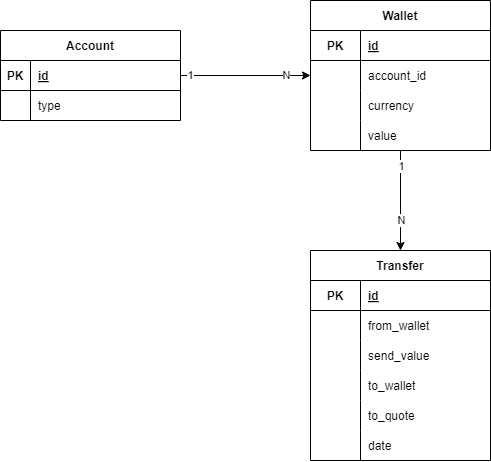
Before: docs/diagrama.drawio.png, a diagram exported from draw.io (vitorlany/international-money-transfer). Source tidied: cells renumbered, new cells last; positions are measured from the earlier drawing's top-left corner, leaving out a move shared by most shapes. Source of this version:
```xml
<mxGraphModel>
  <root>
    <mxCell id="0" />
    <mxCell id="1" parent="0" />
    <mxCell id="2" value="Account" style="shape=table;startSize=30;rowLines=0;fontStyle=1;align=center;" parent="1" vertex="1">
      <mxGeometry y="30" width="180" height="90" as="geometry" />
    </mxCell>
    <mxCell id="3" style="shape=tableRow;horizontal=0;startSize=0;swimlaneHead=0;swimlaneBody=0;fillColor=none;points=[[0,0.5],[1,0.5]];portConstraint=eastwest;top=0;left=0;right=0;bottom=1;" parent="2" vertex="1">
      <mxGeometry y="30" width="180" height="30" as="geometry" />
    </mxCell>
    <mxCell id="4" value="PK" style="shape=partialRectangle;fillColor=none;top=0;left=0;bottom=0;right=0;fontStyle=1;overflow=hidden;" parent="3" vertex="1">
      <mxGeometry width="30" height="30" as="geometry" />
    </mxCell>
    <mxCell id="5" value="id" style="shape=partialRectangle;fillColor=none;top=0;left=0;bottom=0;right=0;align=left;spacingLeft=6;fontStyle=5;overflow=hidden;" parent="3" vertex="1">
      <mxGeometry x="30" width="150" height="30" as="geometry" />
    </mxCell>
    <mxCell id="6" style="shape=tableRow;horizontal=0;startSize=0;swimlaneHead=0;swimlaneBody=0;fillColor=none;top=0;left=0;right=0;bottom=0;" parent="2" vertex="1">
      <mxGeometry y="60" width="180" height="30" as="geometry" />
    </mxCell>
    <mxCell id="7" style="shape=partialRectangle;fillColor=none;top=0;left=0;bottom=0;right=0;overflow=hidden;" parent="6" vertex="1">
      <mxGeometry width="30" height="30" as="geometry" />
    </mxCell>
    <mxCell id="8" value="type" style="shape=partialRectangle;fillColor=none;top=0;left=0;bottom=0;right=0;align=left;spacingLeft=6;overflow=hidden;" parent="6" vertex="1">
      <mxGeometry x="30" width="150" height="30" as="geometry" />
    </mxCell>
    <mxCell id="9" style="edgeStyle=none;html=1;entryX=0.5;entryY=0;entryDx=0;entryDy=0;" parent="1" edge="1" source="12" target="28">
      <mxGeometry relative="1" as="geometry" />
    </mxCell>
    <mxCell id="10" value="1" style="edgeLabel;html=1;align=center;verticalAlign=middle;" parent="9" vertex="1">
      <mxGeometry x="-0.68" relative="1" as="geometry" />
    </mxCell>
    <mxCell id="11" value="N" style="edgeLabel;html=1;align=center;verticalAlign=middle;" parent="9" vertex="1">
      <mxGeometry x="0.38" relative="1" as="geometry" />
    </mxCell>
    <mxCell id="12" value="Wallet" style="shape=table;startSize=30;rowLines=0;fontStyle=1;align=center;strokeColor=default;" parent="1" vertex="1">
      <mxGeometry x="310" width="180" height="150" as="geometry" />
    </mxCell>
    <mxCell id="13" style="shape=tableRow;horizontal=0;startSize=0;swimlaneHead=0;swimlaneBody=0;fillColor=none;top=0;left=0;right=0;bottom=1;strokeColor=default;" parent="12" vertex="1">
      <mxGeometry y="30" width="180" height="30" as="geometry" />
    </mxCell>
    <mxCell id="14" value="PK" style="shape=partialRectangle;fillColor=none;top=0;left=0;bottom=0;right=0;fontStyle=1;overflow=hidden;strokeColor=default;" parent="13" vertex="1">
      <mxGeometry width="50" height="30" as="geometry" />
    </mxCell>
    <mxCell id="15" value="id" style="shape=partialRectangle;fillColor=none;top=0;left=0;bottom=0;right=0;align=left;spacingLeft=6;fontStyle=5;overflow=hidden;strokeColor=default;" parent="13" vertex="1">
      <mxGeometry x="50" width="130" height="30" as="geometry" />
    </mxCell>
    <mxCell id="16" style="shape=tableRow;horizontal=0;startSize=0;swimlaneHead=0;swimlaneBody=0;fillColor=none;top=0;left=0;right=0;bottom=0;strokeColor=default;" parent="12" vertex="1">
      <mxGeometry y="60" width="180" height="30" as="geometry" />
    </mxCell>
    <mxCell id="17" style="shape=partialRectangle;fillColor=none;top=0;left=0;bottom=0;right=0;overflow=hidden;strokeColor=default;" parent="16" vertex="1">
      <mxGeometry width="50" height="30" as="geometry" />
    </mxCell>
    <mxCell id="18" value="account_id" style="shape=partialRectangle;fillColor=none;top=0;left=0;bottom=0;right=0;align=left;spacingLeft=6;overflow=hidden;strokeColor=default;" parent="16" vertex="1">
      <mxGeometry x="50" width="130" height="30" as="geometry" />
    </mxCell>
    <mxCell id="19" style="shape=tableRow;horizontal=0;startSize=0;swimlaneHead=0;swimlaneBody=0;fillColor=none;top=0;left=0;right=0;bottom=0;strokeColor=default;" parent="12" vertex="1">
      <mxGeometry y="90" width="180" height="30" as="geometry" />
    </mxCell>
    <mxCell id="20" style="shape=partialRectangle;fillColor=none;top=0;left=0;bottom=0;right=0;overflow=hidden;strokeColor=default;" parent="19" vertex="1">
      <mxGeometry width="50" height="30" as="geometry" />
    </mxCell>
    <mxCell id="21" value="currency" style="shape=partialRectangle;fillColor=none;top=0;left=0;bottom=0;right=0;align=left;spacingLeft=6;overflow=hidden;strokeColor=default;" parent="19" vertex="1">
      <mxGeometry x="50" width="130" height="30" as="geometry" />
    </mxCell>
    <mxCell id="22" style="shape=tableRow;horizontal=0;startSize=0;swimlaneHead=0;swimlaneBody=0;fillColor=none;top=0;left=0;right=0;bottom=0;strokeColor=default;" parent="12" vertex="1">
      <mxGeometry y="120" width="180" height="30" as="geometry" />
    </mxCell>
    <mxCell id="23" style="shape=partialRectangle;fillColor=none;top=0;left=0;bottom=0;right=0;overflow=hidden;strokeColor=default;" parent="22" vertex="1">
      <mxGeometry width="50" height="30" as="geometry" />
    </mxCell>
    <mxCell id="24" value="value" style="shape=partialRectangle;fillColor=none;top=0;left=0;bottom=0;right=0;align=left;spacingLeft=6;overflow=hidden;strokeColor=default;" parent="22" vertex="1">
      <mxGeometry x="50" width="130" height="30" as="geometry" />
    </mxCell>
    <mxCell id="25" style="edgeStyle=none;html=1;" parent="1" edge="1" source="3" target="12">
      <mxGeometry relative="1" as="geometry" />
    </mxCell>
    <mxCell id="26" value="1" style="edgeLabel;html=1;align=center;verticalAlign=middle;" parent="25" vertex="1">
      <mxGeometry x="-0.85" y="1" relative="1" as="geometry" />
    </mxCell>
    <mxCell id="27" value="N" style="edgeLabel;html=1;align=center;verticalAlign=middle;" parent="25" vertex="1">
      <mxGeometry x="0.64" y="1" relative="1" as="geometry" />
    </mxCell>
    <mxCell id="28" value="Transfer" style="shape=table;startSize=30;rowLines=0;fontStyle=1;align=center;strokeColor=default;" parent="1" vertex="1">
      <mxGeometry x="310" y="250" width="180" height="210" as="geometry" />
    </mxCell>
    <mxCell id="29" style="shape=tableRow;horizontal=0;startSize=0;swimlaneHead=0;swimlaneBody=0;fillColor=none;top=0;left=0;right=0;bottom=1;strokeColor=default;" parent="28" vertex="1">
      <mxGeometry y="30" width="180" height="30" as="geometry" />
    </mxCell>
    <mxCell id="30" value="PK" style="shape=partialRectangle;fillColor=none;top=0;left=0;bottom=0;right=0;fontStyle=1;overflow=hidden;strokeColor=default;" parent="29" vertex="1">
      <mxGeometry width="50" height="30" as="geometry" />
    </mxCell>
    <mxCell id="31" value="id" style="shape=partialRectangle;fillColor=none;top=0;left=0;bottom=0;right=0;align=left;spacingLeft=6;fontStyle=5;overflow=hidden;strokeColor=default;" parent="29" vertex="1">
      <mxGeometry x="50" width="130" height="30" as="geometry" />
    </mxCell>
    <mxCell id="32" style="shape=tableRow;horizontal=0;startSize=0;swimlaneHead=0;swimlaneBody=0;fillColor=none;top=0;left=0;right=0;bottom=0;strokeColor=default;" parent="28" vertex="1">
      <mxGeometry y="60" width="180" height="30" as="geometry" />
    </mxCell>
    <mxCell id="33" style="shape=partialRectangle;fillColor=none;top=0;left=0;bottom=0;right=0;overflow=hidden;strokeColor=default;" parent="32" vertex="1">
      <mxGeometry width="50" height="30" as="geometry" />
    </mxCell>
    <mxCell id="34" value="from_wallet" style="shape=partialRectangle;fillColor=none;top=0;left=0;bottom=0;right=0;align=left;spacingLeft=6;overflow=hidden;strokeColor=default;" parent="32" vertex="1">
      <mxGeometry x="50" width="130" height="30" as="geometry" />
    </mxCell>
    <mxCell id="35" style="shape=tableRow;horizontal=0;startSize=0;swimlaneHead=0;swimlaneBody=0;fillColor=none;top=0;left=0;right=0;bottom=0;strokeColor=default;" parent="28" vertex="1">
      <mxGeometry y="90" width="180" height="30" as="geometry" />
    </mxCell>
    <mxCell id="36" style="shape=partialRectangle;fillColor=none;top=0;left=0;bottom=0;right=0;overflow=hidden;strokeColor=default;" parent="35" vertex="1">
      <mxGeometry width="50" height="30" as="geometry" />
    </mxCell>
    <mxCell id="37" value="send_value" style="shape=partialRectangle;fillColor=none;top=0;left=0;bottom=0;right=0;align=left;spacingLeft=6;overflow=hidden;strokeColor=default;" parent="35" vertex="1">
      <mxGeometry x="50" width="130" height="30" as="geometry" />
    </mxCell>
    <mxCell id="38" style="shape=tableRow;horizontal=0;startSize=0;swimlaneHead=0;swimlaneBody=0;fillColor=none;top=0;left=0;right=0;bottom=0;strokeColor=default;" parent="28" vertex="1">
      <mxGeometry y="120" width="180" height="30" as="geometry" />
    </mxCell>
    <mxCell id="39" style="shape=partialRectangle;fillColor=none;top=0;left=0;bottom=0;right=0;overflow=hidden;strokeColor=default;" parent="38" vertex="1">
      <mxGeometry width="50" height="30" as="geometry" />
    </mxCell>
    <mxCell id="40" value="to_wallet" style="shape=partialRectangle;fillColor=none;top=0;left=0;bottom=0;right=0;align=left;spacingLeft=6;overflow=hidden;strokeColor=default;" parent="38" vertex="1">
      <mxGeometry x="50" width="130" height="30" as="geometry" />
    </mxCell>
    <mxCell id="41" style="shape=tableRow;horizontal=0;startSize=0;swimlaneHead=0;swimlaneBody=0;fillColor=none;top=0;left=0;right=0;bottom=0;strokeColor=default;" parent="28" vertex="1">
      <mxGeometry y="150" width="180" height="30" as="geometry" />
    </mxCell>
    <mxCell id="42" style="shape=partialRectangle;fillColor=none;top=0;left=0;bottom=0;right=0;overflow=hidden;strokeColor=default;" parent="41" vertex="1">
      <mxGeometry width="50" height="30" as="geometry" />
    </mxCell>
    <mxCell id="43" value="to_quote" style="shape=partialRectangle;fillColor=none;top=0;left=0;bottom=0;right=0;align=left;spacingLeft=6;overflow=hidden;strokeColor=default;" parent="41" vertex="1">
      <mxGeometry x="50" width="130" height="30" as="geometry" />
    </mxCell>
    <mxCell id="44" style="shape=tableRow;horizontal=0;startSize=0;swimlaneHead=0;swimlaneBody=0;fillColor=none;top=0;left=0;right=0;bottom=0;strokeColor=default;" parent="28" vertex="1">
      <mxGeometry y="180" width="180" height="30" as="geometry" />
    </mxCell>
    <mxCell id="45" style="shape=partialRectangle;fillColor=none;top=0;left=0;bottom=0;right=0;overflow=hidden;strokeColor=default;" parent="44" vertex="1">
      <mxGeometry width="50" height="30" as="geometry" />
    </mxCell>
    <mxCell id="46" value="date" style="shape=partialRectangle;fillColor=none;top=0;left=0;bottom=0;right=0;align=left;spacingLeft=6;overflow=hidden;strokeColor=default;" parent="44" vertex="1">
      <mxGeometry x="50" width="130" height="30" as="geometry" />
    </mxCell>
  </root>
</mxGraphModel>
```
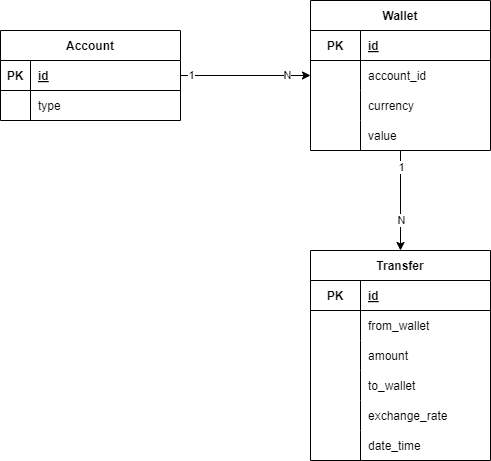
Above is the later version.

The edit, as a diff of the source:
```diff
@@ -107,7 +107,7 @@
     <mxCell id="36" style="shape=partialRectangle;fillColor=none;top=0;left=0;bottom=0;right=0;overflow=hidden;strokeColor=default;" parent="35" vertex="1">
       <mxGeometry width="50" height="30" as="geometry" />
     </mxCell>
-    <mxCell id="37" value="send_value" style="shape=partialRectangle;fillColor=none;top=0;left=0;bottom=0;right=0;align=left;spacingLeft=6;overflow=hidden;strokeColor=default;" parent="35" vertex="1">
+    <mxCell id="37" value="amount" style="shape=partialRectangle;fillColor=none;top=0;left=0;bottom=0;right=0;align=left;spacingLeft=6;overflow=hidden;strokeColor=default;" parent="35" vertex="1">
       <mxGeometry x="50" width="130" height="30" as="geometry" />
     </mxCell>
     <mxCell id="38" style="shape=tableRow;horizontal=0;startSize=0;swimlaneHead=0;swimlaneBody=0;fillColor=none;top=0;left=0;right=0;bottom=0;strokeColor=default;" parent="28" vertex="1">
@@ -125,7 +125,7 @@
     <mxCell id="42" style="shape=partialRectangle;fillColor=none;top=0;left=0;bottom=0;right=0;overflow=hidden;strokeColor=default;" parent="41" vertex="1">
       <mxGeometry width="50" height="30" as="geometry" />
     </mxCell>
-    <mxCell id="43" value="to_quote" style="shape=partialRectangle;fillColor=none;top=0;left=0;bottom=0;right=0;align=left;spacingLeft=6;overflow=hidden;strokeColor=default;" parent="41" vertex="1">
+    <mxCell id="43" value="exchange_rate" style="shape=partialRectangle;fillColor=none;top=0;left=0;bottom=0;right=0;align=left;spacingLeft=6;overflow=hidden;strokeColor=default;" parent="41" vertex="1">
       <mxGeometry x="50" width="130" height="30" as="geometry" />
     </mxCell>
     <mxCell id="44" style="shape=tableRow;horizontal=0;startSize=0;swimlaneHead=0;swimlaneBody=0;fillColor=none;top=0;left=0;right=0;bottom=0;strokeColor=default;" parent="28" vertex="1">
@@ -134,7 +134,7 @@
     <mxCell id="45" style="shape=partialRectangle;fillColor=none;top=0;left=0;bottom=0;right=0;overflow=hidden;strokeColor=default;" parent="44" vertex="1">
       <mxGeometry width="50" height="30" as="geometry" />
     </mxCell>
-    <mxCell id="46" value="date" style="shape=partialRectangle;fillColor=none;top=0;left=0;bottom=0;right=0;align=left;spacingLeft=6;overflow=hidden;strokeColor=default;" parent="44" vertex="1">
+    <mxCell id="46" value="date_time" style="shape=partialRectangle;fillColor=none;top=0;left=0;bottom=0;right=0;align=left;spacingLeft=6;overflow=hidden;strokeColor=default;" parent="44" vertex="1">
       <mxGeometry x="50" width="130" height="30" as="geometry" />
     </mxCell>
   </root>
```
